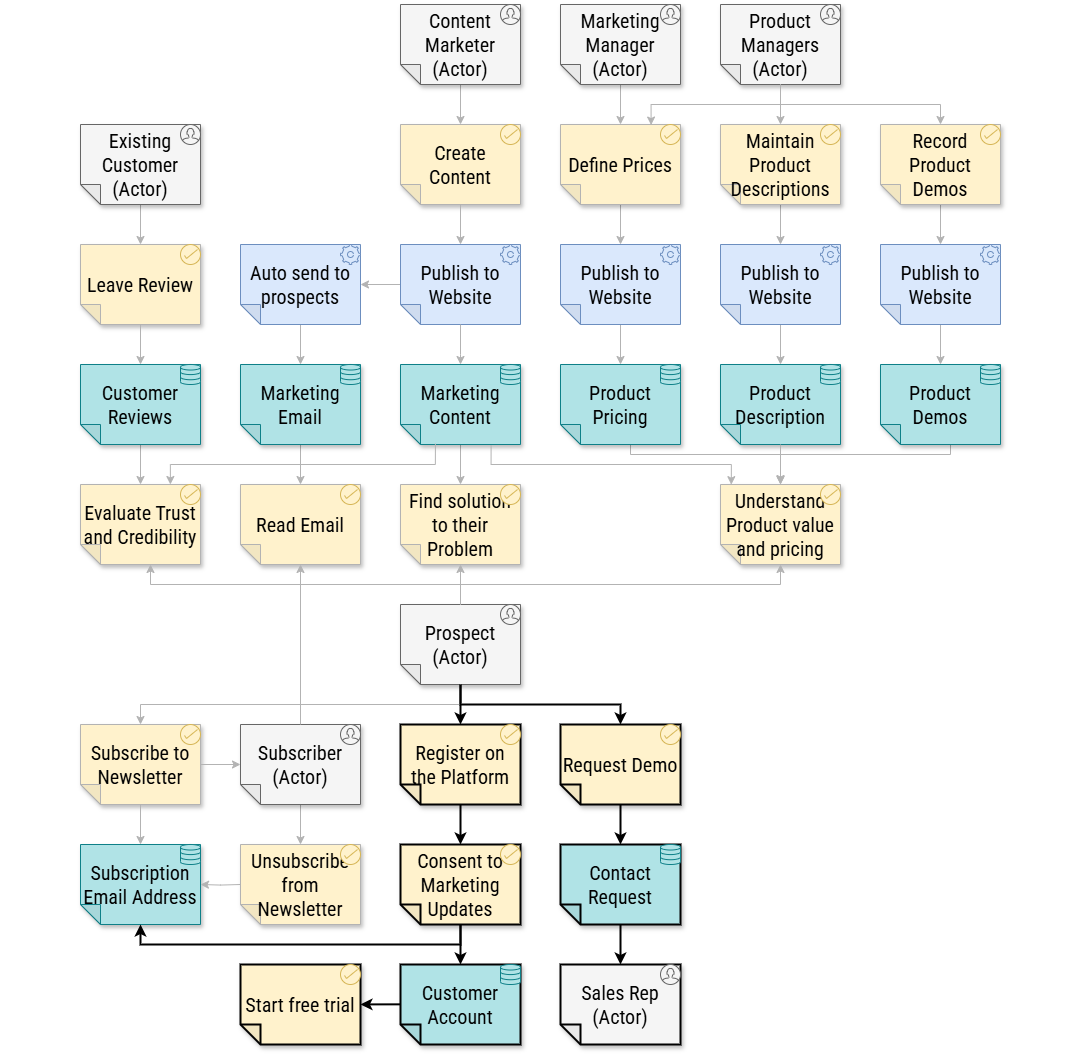
Before: chapter-06/figure-6.07.drawio.png, a diagram exported from draw.io (software-architecture-guild/modeling-software-architecture). Source tidied: cells renumbered, new cells last; positions are measured from the earlier drawing's top-left corner, leaving out a move shared by most shapes.
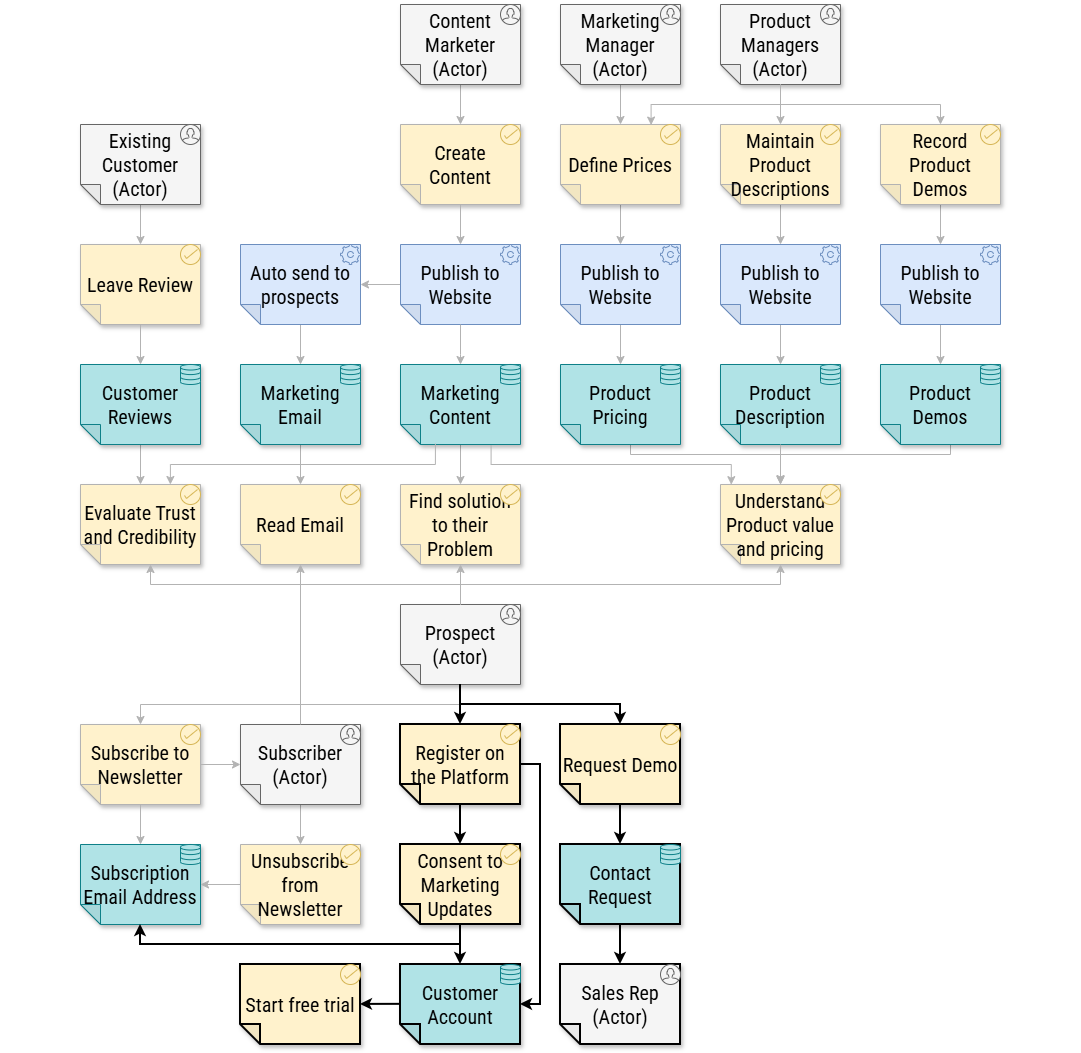
After the change.

Diff of the diagram source:
```diff
@@ -396,5 +396,13 @@
     <mxCell id="116" style="html=1;verticalLabelPosition=bottom;align=center;labelBackgroundColor=#ffffff;verticalAlign=top;strokeWidth=1;shadow=0;dashed=0;shape=mxgraph.ios7.icons.settings;fillColor=#dae8fc;strokeColor=#6c8ebf;fontFamily=Roboto Condensed;fontSource=https%3A%2F%2Ffonts.googleapis.com%2Fcss%3Ffamily%3DRoboto%2BCondensed;fontSize=20;fontColor=#000000;" parent="1" vertex="1">
       <mxGeometry x="980" y="240" width="20" height="20" as="geometry" />
     </mxCell>
+    <mxCell id="117" style="edgeStyle=orthogonalEdgeStyle;shape=connector;rounded=0;html=1;exitX=0;exitY=0.5;exitDx=0;exitDy=0;exitPerimeter=0;entryX=0;entryY=0.5;entryDx=0;entryDy=0;entryPerimeter=0;strokeColor=#000000;align=center;verticalAlign=middle;fontFamily=IBM Plex Mono;fontSource=https%3A%2F%2Ffonts.googleapis.com%2Fcss%3Ffamily%3DIBM%2BPlex%2BMono;fontSize=11;fontColor=#000000;labelBackgroundColor=default;endArrow=classic;strokeWidth=2;" parent="1" edge="1" source="66" target="64">
+      <mxGeometry relative="1" as="geometry">
+        <Array as="points">
+          <mxPoint x="540" y="760" />
+          <mxPoint x="540" y="1000" />
+        </Array>
+      </mxGeometry>
+    </mxCell>
   </root>
 </mxGraphModel>
```
